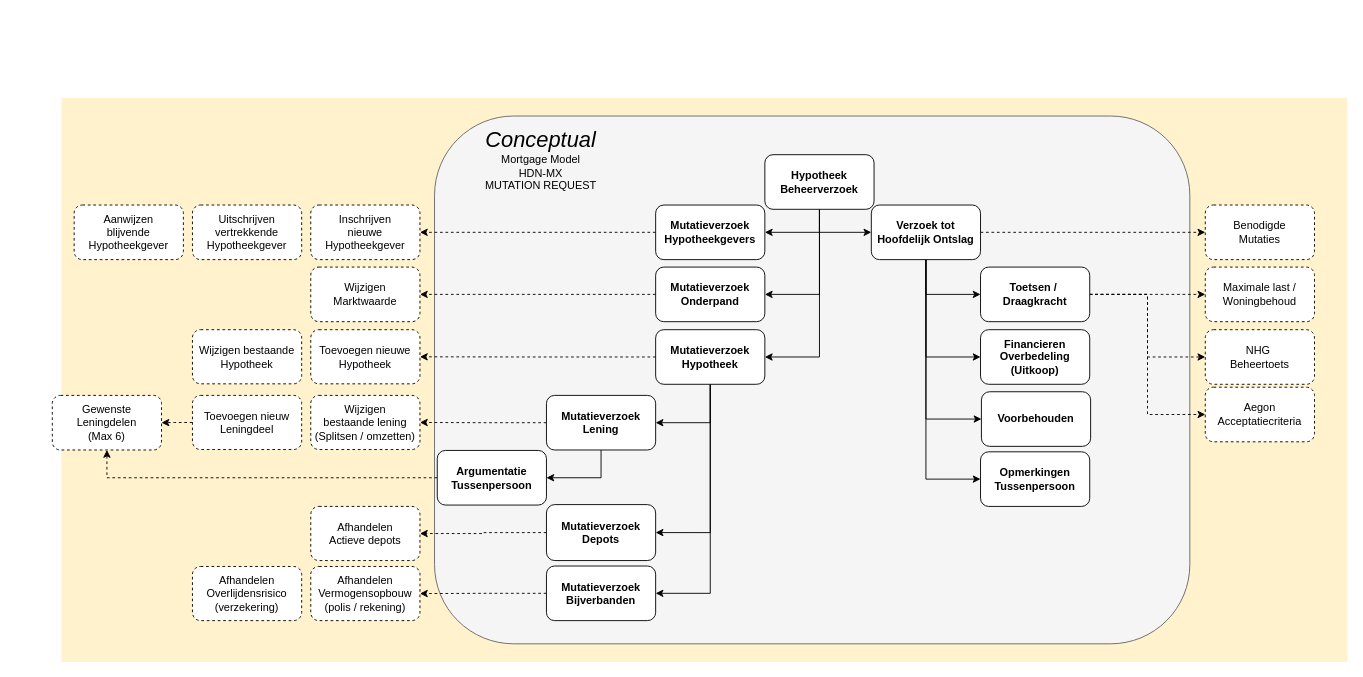
Earlier version of the draw.io diagram page "beheer-mutatie" (3 of 15) of 3rdPartyDatasharing-HDN-MX-SX.drawio (luchthandel/diagrams). Source tidied: cells renumbered, new cells numbered last; positions are measured from the earlier drawing's top-left corner, leaving out a move shared by most shapes. Both pictures are drawn from the tidied source at 91%, with x=0, y=0 at pixel (52, 97).
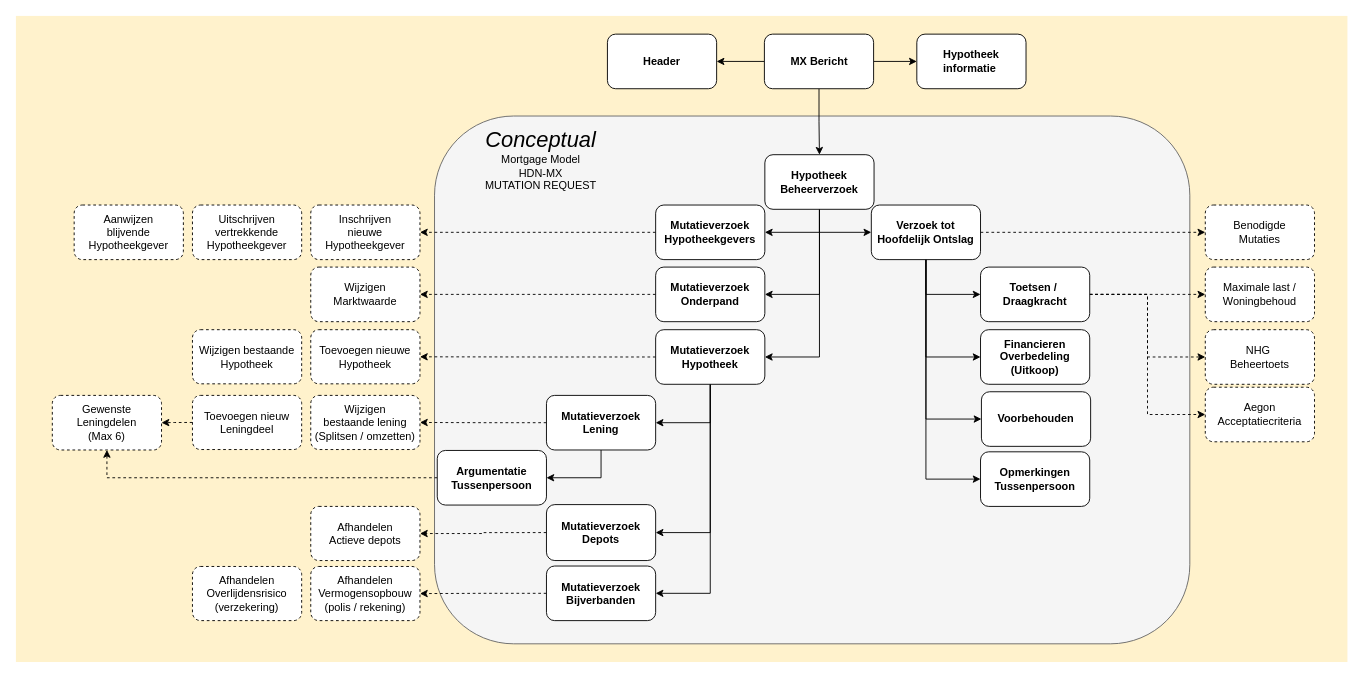
The same page after the edit.

Unchanged cells that the change refers to:
```xml
<mxCell id="23" value="&lt;span style=&quot;font-weight: 700&quot;&gt;Hypotheek&lt;/span&gt;&lt;br style=&quot;font-weight: 700&quot;&gt;&lt;span style=&quot;font-weight: 700&quot;&gt;Beheerverzoek&lt;/span&gt;" style="rounded=1;whiteSpace=wrap;html=1;" parent="1" vertex="1">
  <mxGeometry x="783" y="62.5" width="120" height="60" as="geometry" />
</mxCell>
```

What changed in the source:
```diff
@@
     <mxCell id="2" style="rounded=0;whiteSpace=wrap;html=1;fontSize=30;align=right;fillColor=#fff2cc;strokeColor=none;" parent="1" vertex="1">
-      <mxGeometry x="10" width="1413.2" height="620" as="geometry" />
+      <mxGeometry x="-40" y="-90" width="1463.2" height="710" as="geometry" />
     </mxCell>
@@
+    <mxCell id="58" style="edgeStyle=orthogonalEdgeStyle;rounded=0;jettySize=auto;html=1;exitX=0;exitY=0.5;exitDx=0;exitDy=0;entryX=1;entryY=0.5;entryDx=0;entryDy=0;" parent="1" edge="1" source="61" target="63">
+      <mxGeometry relative="1" as="geometry" />
+    </mxCell>
+    <mxCell id="59" style="edgeStyle=orthogonalEdgeStyle;rounded=0;jettySize=auto;html=1;exitX=1;exitY=0.5;exitDx=0;exitDy=0;" parent="1" edge="1" source="61" target="62">
+      <mxGeometry relative="1" as="geometry" />
+    </mxCell>
+    <mxCell id="60" style="edgeStyle=orthogonalEdgeStyle;rounded=0;jettySize=auto;html=1;exitX=0.5;exitY=1;exitDx=0;exitDy=0;" parent="1" edge="1" source="61" target="23">
+      <mxGeometry relative="1" as="geometry" />
+    </mxCell>
+    <mxCell id="61" value="&lt;b&gt;MX Bericht&lt;/b&gt;" style="rounded=1;whiteSpace=wrap;html=1;" parent="1" vertex="1">
+      <mxGeometry x="782.5" y="-70" width="120" height="60" as="geometry" />
+    </mxCell>
+    <mxCell id="62" value="&lt;b&gt;Hypotheek&lt;br&gt;informatie&amp;nbsp;&lt;/b&gt;&lt;b&gt;&lt;br&gt;&lt;/b&gt;" style="rounded=1;whiteSpace=wrap;html=1;" parent="1" vertex="1">
+      <mxGeometry x="950" y="-70" width="120" height="60" as="geometry" />
+    </mxCell>
+    <mxCell id="63" value="&lt;b&gt;Header&lt;/b&gt;" style="rounded=1;whiteSpace=wrap;html=1;" parent="1" vertex="1">
+      <mxGeometry x="610" y="-70" width="120" height="60" as="geometry" />
+    </mxCell>
```
